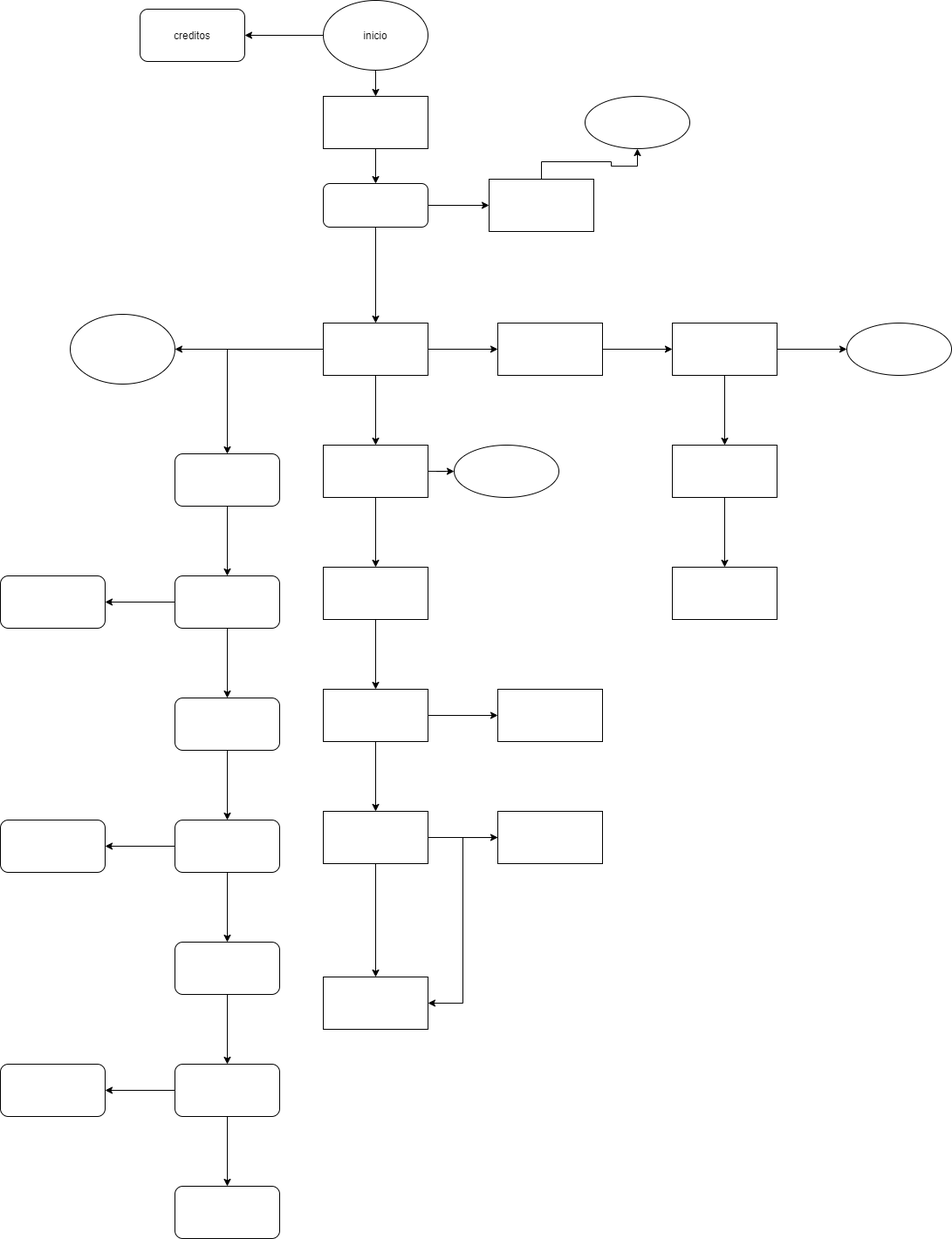
The draw.io diagram tp4 diagrama.drawio.png in Francoviz/tecnomultimedia, before a commit. Source tidied: cells renumbered, new cells last; positions are measured from the earlier drawing's top-left corner, leaving out a move shared by most shapes.
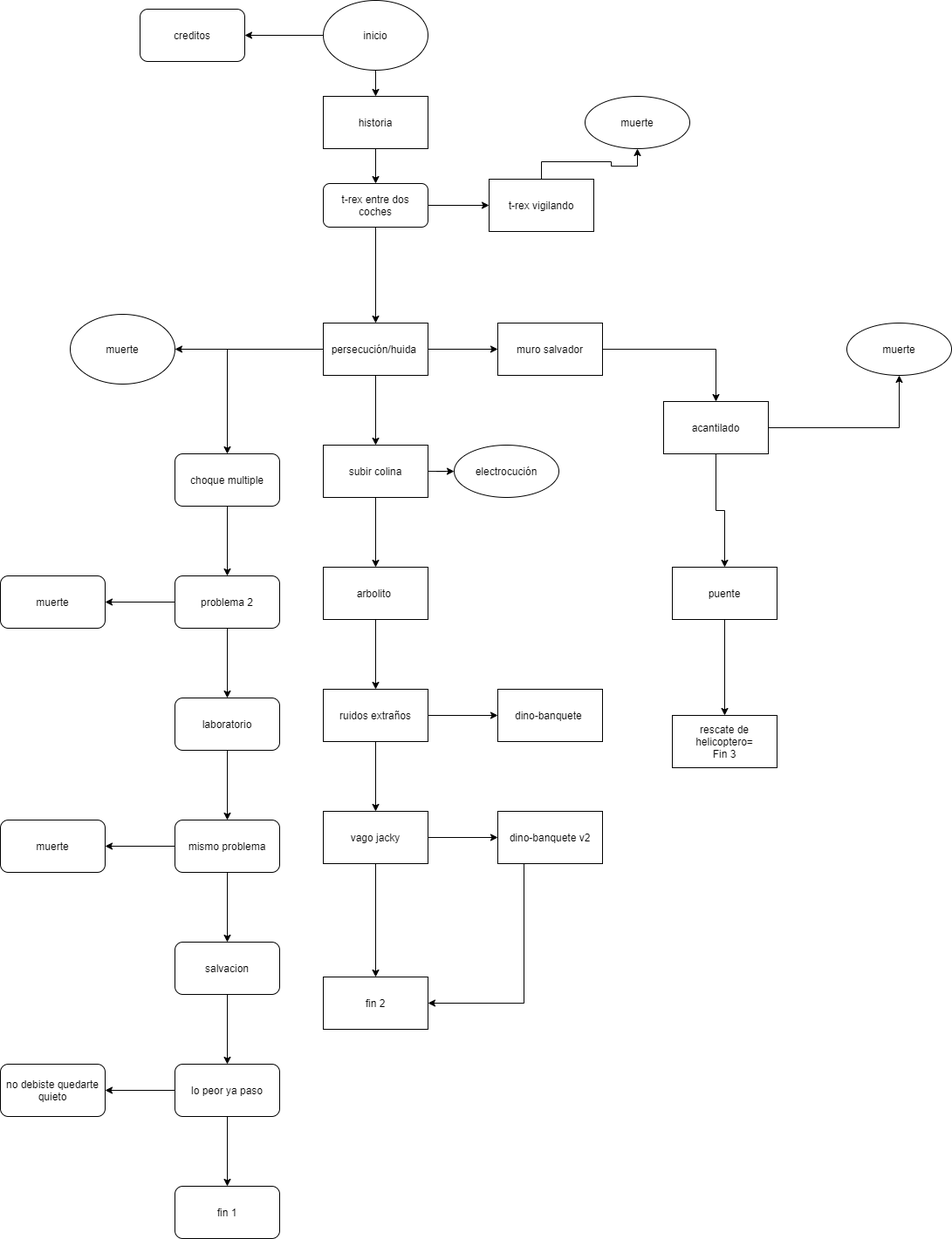
The same diagram one commit later.

What changed in the source:
```diff
@@ -14,7 +14,7 @@
     <mxCell id="5" style="edgeStyle=orthogonalEdgeStyle;rounded=0;jettySize=auto;html=1;exitX=0.5;exitY=1;exitDx=0;exitDy=0;entryX=0.5;entryY=0;entryDx=0;entryDy=0;entryPerimeter=0;" parent="1" edge="1" source="6" target="9">
       <mxGeometry relative="1" as="geometry" />
     </mxCell>
-    <mxCell id="6" style="rounded=0;whiteSpace=wrap;html=1;" parent="1" vertex="1">
+    <mxCell id="6" value="historia" style="rounded=0;whiteSpace=wrap;html=1;" parent="1" vertex="1">
       <mxGeometry x="370" y="110" width="120" height="60" as="geometry" />
     </mxCell>
     <mxCell id="7" style="edgeStyle=orthogonalEdgeStyle;rounded=0;jettySize=auto;html=1;" parent="1" edge="1" source="9">
@@ -27,7 +27,7 @@
         <mxPoint x="430" y="370" as="targetPoint" />
       </mxGeometry>
     </mxCell>
-    <mxCell id="9" style="rounded=1;whiteSpace=wrap;html=1;" parent="1" vertex="1">
+    <mxCell id="9" value="t-rex entre dos coches" style="rounded=1;whiteSpace=wrap;html=1;" parent="1" vertex="1">
       <mxGeometry x="370" y="210" width="120" height="50" as="geometry" />
     </mxCell>
     <mxCell id="10" value="creditos" style="rounded=1;whiteSpace=wrap;html=1;" parent="1" vertex="1">
@@ -36,10 +36,10 @@
     <mxCell id="11" style="edgeStyle=orthogonalEdgeStyle;rounded=0;jettySize=auto;html=1;" parent="1" edge="1" source="12" target="13">
       <mxGeometry relative="1" as="geometry" />
     </mxCell>
-    <mxCell id="12" style="rounded=0;whiteSpace=wrap;html=1;" parent="1" vertex="1">
+    <mxCell id="12" value="t-rex vigilando" style="rounded=0;whiteSpace=wrap;html=1;" parent="1" vertex="1">
       <mxGeometry x="560" y="205" width="120" height="60" as="geometry" />
     </mxCell>
-    <mxCell id="13" style="ellipse;whiteSpace=wrap;html=1;rounded=0;" parent="1" vertex="1">
+    <mxCell id="13" value="muerte" style="ellipse;whiteSpace=wrap;html=1;rounded=0;" parent="1" vertex="1">
       <mxGeometry x="670" y="110" width="120" height="60" as="geometry" />
     </mxCell>
     <mxCell id="14" style="edgeStyle=orthogonalEdgeStyle;rounded=0;jettySize=auto;html=1;exitX=0;exitY=0.5;exitDx=0;exitDy=0;" parent="1" edge="1" source="18">
@@ -56,10 +56,10 @@
     <mxCell id="17" style="edgeStyle=orthogonalEdgeStyle;rounded=0;jettySize=auto;html=1;" parent="1" edge="1" source="18" target="55">
       <mxGeometry relative="1" as="geometry" />
     </mxCell>
-    <mxCell id="18" style="rounded=0;whiteSpace=wrap;html=1;" parent="1" vertex="1">
+    <mxCell id="18" value="persecución/huida&amp;nbsp;" style="rounded=0;whiteSpace=wrap;html=1;" parent="1" vertex="1">
       <mxGeometry x="370" y="370" width="120" height="60" as="geometry" />
     </mxCell>
-    <mxCell id="19" style="ellipse;whiteSpace=wrap;html=1;" parent="1" vertex="1">
+    <mxCell id="19" value="muerte" style="ellipse;whiteSpace=wrap;html=1;" parent="1" vertex="1">
       <mxGeometry x="80" y="360" width="120" height="80" as="geometry" />
     </mxCell>
     <mxCell id="20" style="edgeStyle=orthogonalEdgeStyle;rounded=0;jettySize=auto;html=1;" parent="1" edge="1" source="21">
@@ -67,7 +67,7 @@
         <mxPoint x="260" y="660" as="targetPoint" />
       </mxGeometry>
     </mxCell>
-    <mxCell id="21" style="rounded=1;whiteSpace=wrap;html=1;" parent="1" vertex="1">
+    <mxCell id="21" value="choque multiple" style="rounded=1;whiteSpace=wrap;html=1;" parent="1" vertex="1">
       <mxGeometry x="200" y="520" width="120" height="60" as="geometry" />
     </mxCell>
     <mxCell id="22" style="edgeStyle=orthogonalEdgeStyle;rounded=0;jettySize=auto;html=1;" parent="1" edge="1" source="24" target="25">
@@ -76,16 +76,16 @@
     <mxCell id="23" style="edgeStyle=orthogonalEdgeStyle;rounded=0;jettySize=auto;html=1;" parent="1" edge="1" source="24" target="27">
       <mxGeometry relative="1" as="geometry" />
     </mxCell>
-    <mxCell id="24" style="rounded=1;whiteSpace=wrap;html=1;" parent="1" vertex="1">
+    <mxCell id="24" value="problema 2" style="rounded=1;whiteSpace=wrap;html=1;" parent="1" vertex="1">
       <mxGeometry x="200" y="660" width="120" height="60" as="geometry" />
     </mxCell>
-    <mxCell id="25" style="whiteSpace=wrap;html=1;rounded=1;" parent="1" vertex="1">
+    <mxCell id="25" value="muerte" style="whiteSpace=wrap;html=1;rounded=1;" parent="1" vertex="1">
       <mxGeometry y="660" width="120" height="60" as="geometry" />
     </mxCell>
     <mxCell id="26" style="edgeStyle=orthogonalEdgeStyle;rounded=0;jettySize=auto;html=1;" parent="1" edge="1" source="27" target="30">
       <mxGeometry relative="1" as="geometry" />
     </mxCell>
-    <mxCell id="27" style="rounded=1;whiteSpace=wrap;html=1;" parent="1" vertex="1">
+    <mxCell id="27" value="laboratorio" style="rounded=1;whiteSpace=wrap;html=1;" parent="1" vertex="1">
       <mxGeometry x="200" y="800" width="120" height="60" as="geometry" />
     </mxCell>
     <mxCell id="28" style="edgeStyle=orthogonalEdgeStyle;rounded=0;jettySize=auto;html=1;" parent="1" edge="1" source="30" target="31">
@@ -94,16 +94,16 @@
     <mxCell id="29" style="edgeStyle=orthogonalEdgeStyle;rounded=0;jettySize=auto;html=1;" parent="1" edge="1" source="30" target="33">
       <mxGeometry relative="1" as="geometry" />
     </mxCell>
-    <mxCell id="30" style="whiteSpace=wrap;html=1;rounded=1;" parent="1" vertex="1">
+    <mxCell id="30" value="mismo problema" style="whiteSpace=wrap;html=1;rounded=1;" parent="1" vertex="1">
       <mxGeometry x="200" y="940" width="120" height="60" as="geometry" />
     </mxCell>
-    <mxCell id="31" style="whiteSpace=wrap;html=1;rounded=1;" parent="1" vertex="1">
+    <mxCell id="31" value="muerte" style="whiteSpace=wrap;html=1;rounded=1;" parent="1" vertex="1">
       <mxGeometry y="940" width="120" height="60" as="geometry" />
     </mxCell>
     <mxCell id="32" style="edgeStyle=orthogonalEdgeStyle;rounded=0;jettySize=auto;html=1;" parent="1" edge="1" source="33" target="36">
       <mxGeometry relative="1" as="geometry" />
     </mxCell>
-    <mxCell id="33" style="whiteSpace=wrap;html=1;rounded=1;" parent="1" vertex="1">
+    <mxCell id="33" value="salvacion" style="whiteSpace=wrap;html=1;rounded=1;" parent="1" vertex="1">
       <mxGeometry x="200" y="1080" width="120" height="60" as="geometry" />
     </mxCell>
     <mxCell id="34" style="edgeStyle=orthogonalEdgeStyle;rounded=0;jettySize=auto;html=1;" parent="1" edge="1" source="36" target="37">
@@ -112,13 +112,13 @@
     <mxCell id="35" style="edgeStyle=orthogonalEdgeStyle;rounded=0;jettySize=auto;html=1;" parent="1" edge="1" source="36" target="38">
       <mxGeometry relative="1" as="geometry" />
     </mxCell>
-    <mxCell id="36" style="whiteSpace=wrap;html=1;rounded=1;" parent="1" vertex="1">
+    <mxCell id="36" value="lo peor ya paso" style="whiteSpace=wrap;html=1;rounded=1;" parent="1" vertex="1">
       <mxGeometry x="200" y="1220" width="120" height="60" as="geometry" />
     </mxCell>
-    <mxCell id="37" style="whiteSpace=wrap;html=1;rounded=1;" parent="1" vertex="1">
+    <mxCell id="37" value="no debiste quedarte quieto" style="whiteSpace=wrap;html=1;rounded=1;" parent="1" vertex="1">
       <mxGeometry y="1220" width="120" height="60" as="geometry" />
     </mxCell>
-    <mxCell id="38" style="whiteSpace=wrap;html=1;rounded=1;" parent="1" vertex="1">
+    <mxCell id="38" value="fin 1" style="whiteSpace=wrap;html=1;rounded=1;" parent="1" vertex="1">
       <mxGeometry x="200" y="1360" width="120" height="60" as="geometry" />
     </mxCell>
     <mxCell id="39" style="edgeStyle=orthogonalEdgeStyle;rounded=0;jettySize=auto;html=1;" parent="1" edge="1" source="41" target="43">
@@ -127,13 +127,13 @@
     <mxCell id="40" style="edgeStyle=orthogonalEdgeStyle;rounded=0;jettySize=auto;html=1;" parent="1" edge="1" source="41" target="56">
       <mxGeometry relative="1" as="geometry" />
     </mxCell>
-    <mxCell id="41" style="rounded=0;whiteSpace=wrap;html=1;" parent="1" vertex="1">
+    <mxCell id="41" value="subir colina" style="rounded=0;whiteSpace=wrap;html=1;" parent="1" vertex="1">
       <mxGeometry x="370" y="510" width="120" height="60" as="geometry" />
     </mxCell>
     <mxCell id="42" style="edgeStyle=orthogonalEdgeStyle;rounded=0;jettySize=auto;html=1;" parent="1" edge="1" source="43" target="46">
       <mxGeometry relative="1" as="geometry" />
     </mxCell>
-    <mxCell id="43" style="rounded=0;whiteSpace=wrap;html=1;" parent="1" vertex="1">
+    <mxCell id="43" value="arbolito&amp;nbsp;" style="rounded=0;whiteSpace=wrap;html=1;" parent="1" vertex="1">
       <mxGeometry x="370" y="650" width="120" height="60" as="geometry" />
     </mxCell>
     <mxCell id="44" style="edgeStyle=orthogonalEdgeStyle;rounded=0;jettySize=auto;html=1;" parent="1" edge="1" source="46" target="47">
@@ -142,10 +142,10 @@
     <mxCell id="45" style="edgeStyle=orthogonalEdgeStyle;rounded=0;jettySize=auto;html=1;" parent="1" edge="1" source="46" target="50">
       <mxGeometry relative="1" as="geometry" />
     </mxCell>
-    <mxCell id="46" style="whiteSpace=wrap;html=1;rounded=0;" parent="1" vertex="1">
+    <mxCell id="46" value="ruidos extraños" style="whiteSpace=wrap;html=1;rounded=0;" parent="1" vertex="1">
       <mxGeometry x="370" y="790" width="120" height="60" as="geometry" />
     </mxCell>
-    <mxCell id="47" style="whiteSpace=wrap;html=1;rounded=0;" parent="1" vertex="1">
+    <mxCell id="47" value="dino-banquete&amp;nbsp;" style="whiteSpace=wrap;html=1;rounded=0;" parent="1" vertex="1">
       <mxGeometry x="570" y="790" width="120" height="60" as="geometry" />
     </mxCell>
     <mxCell id="48" style="edgeStyle=orthogonalEdgeStyle;rounded=0;jettySize=auto;html=1;" parent="1" edge="1" source="50" target="52">
@@ -154,25 +154,25 @@
     <mxCell id="49" style="edgeStyle=orthogonalEdgeStyle;rounded=0;jettySize=auto;html=1;" parent="1" edge="1" source="50" target="53">
       <mxGeometry relative="1" as="geometry" />
     </mxCell>
-    <mxCell id="50" style="whiteSpace=wrap;html=1;rounded=0;" parent="1" vertex="1">
+    <mxCell id="50" value="vago jacky" style="whiteSpace=wrap;html=1;rounded=0;" parent="1" vertex="1">
       <mxGeometry x="370" y="930" width="120" height="60" as="geometry" />
     </mxCell>
-    <mxCell id="51" style="edgeStyle=orthogonalEdgeStyle;rounded=0;jettySize=auto;html=1;entryX=1;entryY=0.5;entryDx=0;entryDy=0;" parent="1" edge="1" source="52" target="53">
+    <mxCell id="51" style="edgeStyle=orthogonalEdgeStyle;rounded=0;jettySize=auto;html=1;entryX=1;entryY=0.5;entryDx=0;entryDy=0;exitX=0.25;exitY=1;exitDx=0;exitDy=0;" parent="1" edge="1" source="52" target="53">
       <mxGeometry relative="1" as="geometry" />
     </mxCell>
-    <mxCell id="52" style="whiteSpace=wrap;html=1;rounded=0;" parent="1" vertex="1">
+    <mxCell id="52" value="dino-banquete v2" style="whiteSpace=wrap;html=1;rounded=0;" parent="1" vertex="1">
       <mxGeometry x="570" y="930" width="120" height="60" as="geometry" />
     </mxCell>
-    <mxCell id="53" style="whiteSpace=wrap;html=1;rounded=0;" parent="1" vertex="1">
+    <mxCell id="53" value="fin 2" style="whiteSpace=wrap;html=1;rounded=0;" parent="1" vertex="1">
       <mxGeometry x="370" y="1120" width="120" height="60" as="geometry" />
     </mxCell>
     <mxCell id="54" style="edgeStyle=orthogonalEdgeStyle;rounded=0;jettySize=auto;html=1;" parent="1" edge="1" source="55" target="59">
       <mxGeometry relative="1" as="geometry" />
     </mxCell>
-    <mxCell id="55" style="rounded=0;whiteSpace=wrap;html=1;" parent="1" vertex="1">
+    <mxCell id="55" value="muro salvador" style="rounded=0;whiteSpace=wrap;html=1;" parent="1" vertex="1">
       <mxGeometry x="570" y="370" width="120" height="60" as="geometry" />
     </mxCell>
-    <mxCell id="56" style="ellipse;whiteSpace=wrap;html=1;rounded=0;" parent="1" vertex="1">
+    <mxCell id="56" value="electrocución" style="ellipse;whiteSpace=wrap;html=1;rounded=0;" parent="1" vertex="1">
       <mxGeometry x="520" y="510" width="120" height="60" as="geometry" />
     </mxCell>
     <mxCell id="57" style="edgeStyle=orthogonalEdgeStyle;rounded=0;jettySize=auto;html=1;" parent="1" edge="1" source="59" target="60">
@@ -181,20 +181,20 @@
     <mxCell id="58" style="edgeStyle=orthogonalEdgeStyle;rounded=0;jettySize=auto;html=1;" parent="1" edge="1" source="59" target="62">
       <mxGeometry relative="1" as="geometry" />
     </mxCell>
-    <mxCell id="59" style="whiteSpace=wrap;html=1;rounded=0;" parent="1" vertex="1">
-      <mxGeometry x="770" y="370" width="120" height="60" as="geometry" />
+    <mxCell id="59" value="acantilado" style="whiteSpace=wrap;html=1;rounded=0;" parent="1" vertex="1">
+      <mxGeometry x="760" y="460" width="120" height="60" as="geometry" />
     </mxCell>
-    <mxCell id="60" style="ellipse;whiteSpace=wrap;html=1;rounded=0;" parent="1" vertex="1">
+    <mxCell id="60" value="muerte" style="ellipse;whiteSpace=wrap;html=1;rounded=0;" parent="1" vertex="1">
       <mxGeometry x="970" y="370" width="120" height="60" as="geometry" />
     </mxCell>
     <mxCell id="61" style="edgeStyle=orthogonalEdgeStyle;rounded=0;jettySize=auto;html=1;" parent="1" edge="1" source="62" target="63">
       <mxGeometry relative="1" as="geometry" />
     </mxCell>
-    <mxCell id="62" style="whiteSpace=wrap;html=1;rounded=0;" parent="1" vertex="1">
-      <mxGeometry x="770" y="510" width="120" height="60" as="geometry" />
+    <mxCell id="62" value="puente" style="whiteSpace=wrap;html=1;rounded=0;" parent="1" vertex="1">
+      <mxGeometry x="770" y="650" width="120" height="60" as="geometry" />
     </mxCell>
-    <mxCell id="63" style="whiteSpace=wrap;html=1;rounded=0;" parent="1" vertex="1">
-      <mxGeometry x="770" y="650" width="120" height="60" as="geometry" />
+    <mxCell id="63" value="rescate de helicoptero=&lt;br&gt;Fin 3" style="whiteSpace=wrap;html=1;rounded=0;" parent="1" vertex="1">
+      <mxGeometry x="770" y="820" width="120" height="60" as="geometry" />
     </mxCell>
   </root>
 </mxGraphModel>
```
